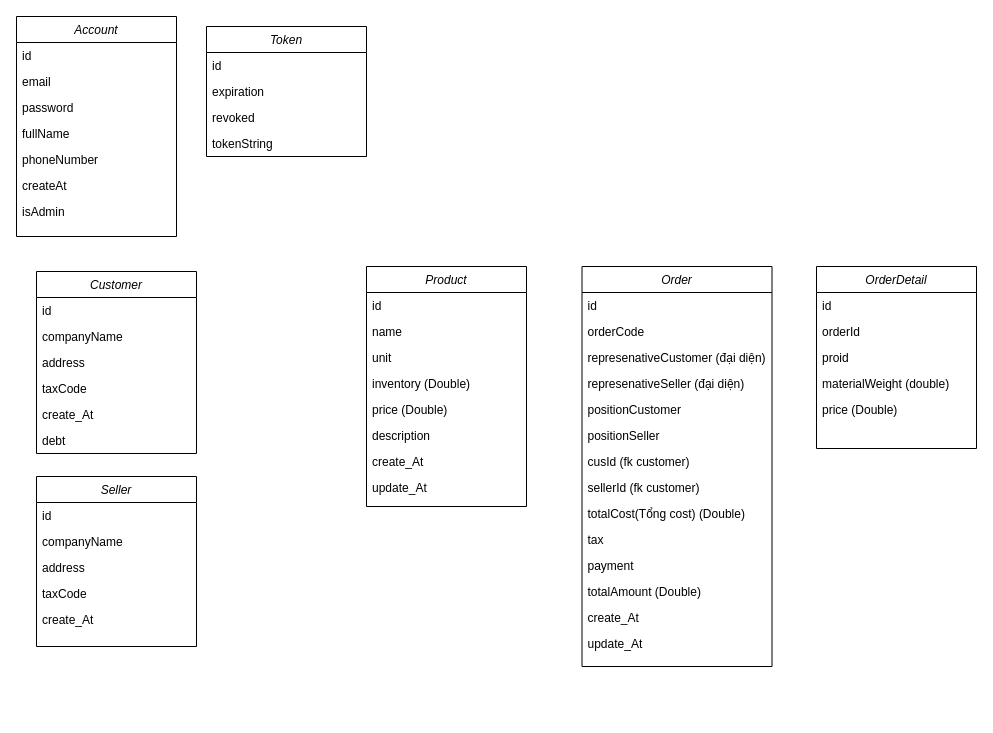
The draw.io diagram db Diagram.drawio in DacVuCaMap/ConstructCompany, before the edit. Source tidied: cells renumbered, new cells numbered last; positions are measured from the earlier drawing's top-left corner, leaving out a move shared by most shapes. Both pictures are drawn from the tidied source at 100%, with x=0, y=0 at pixel (16, 16).
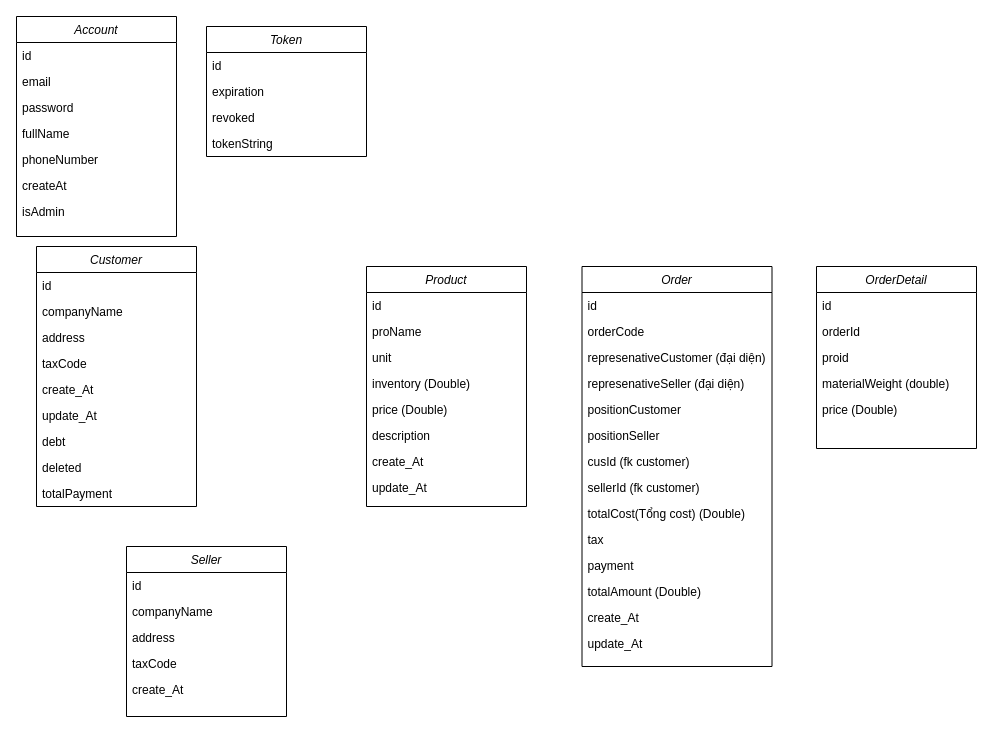
The same page after the edit.

Unchanged cells that the change refers to:
```xml
<mxCell id="28" value="Product" style="swimlane;fontStyle=2;align=center;verticalAlign=top;horizontal=1;startSize=26;rounded=0;shadow=0;strokeWidth=1;" parent="1" vertex="1">
  <mxGeometry x="350" y="250" width="160" height="240" as="geometry" />
</mxCell>
```

The edit, as a diff of the source:
```diff
@@
     <mxCell id="15" value="Customer" style="swimlane;fontStyle=2;align=center;verticalAlign=top;horizontal=1;startSize=26;rounded=0;shadow=0;strokeWidth=1;" parent="1" vertex="1">
-      <mxGeometry x="20" y="255" width="160" height="182" as="geometry" />
+      <mxGeometry x="20" y="230" width="160" height="260" as="geometry" />
     </mxCell>
@@
+    <mxCell id="58" value="update_At" style="text;align=left;verticalAlign=top;spacingLeft=4;spacingRight=4;overflow=hidden;" parent="15" vertex="1">
+      <mxGeometry y="156" width="160" height="26" as="geometry" />
+    </mxCell>
     <mxCell id="21" value="debt" style="text;align=left;verticalAlign=top;spacingLeft=4;spacingRight=4;overflow=hidden;" parent="15" vertex="1">
-      <mxGeometry y="156" width="160" height="26" as="geometry" />
+      <mxGeometry y="182" width="160" height="26" as="geometry" />
     </mxCell>
+    <mxCell id="59" value="deleted" style="text;align=left;verticalAlign=top;spacingLeft=4;spacingRight=4;overflow=hidden;" parent="15" vertex="1">
+      <mxGeometry y="208" width="160" height="26" as="geometry" />
+    </mxCell>
+    <mxCell id="60" value="totalPayment" style="text;align=left;verticalAlign=top;spacingLeft=4;spacingRight=4;overflow=hidden;" parent="15" vertex="1">
+      <mxGeometry y="234" width="160" height="26" as="geometry" />
+    </mxCell>
@@
-    <mxCell id="30" value="name" style="text;align=left;verticalAlign=top;spacingLeft=4;spacingRight=4;overflow=hidden;rounded=0;shadow=0;html=0;" parent="28" vertex="1">
+    <mxCell id="30" value="proName" style="text;align=left;verticalAlign=top;spacingLeft=4;spacingRight=4;overflow=hidden;rounded=0;shadow=0;html=0;" parent="28" vertex="1">
       <mxGeometry y="52" width="160" height="26" as="geometry" />
     </mxCell>
@@
     <mxCell id="52" value="Seller" style="swimlane;fontStyle=2;align=center;verticalAlign=top;horizontal=1;startSize=26;rounded=0;shadow=0;strokeWidth=1;" parent="1" vertex="1">
-      <mxGeometry x="20" y="460" width="160" height="170" as="geometry" />
+      <mxGeometry x="110" y="530" width="160" height="170" as="geometry" />
     </mxCell>
```
